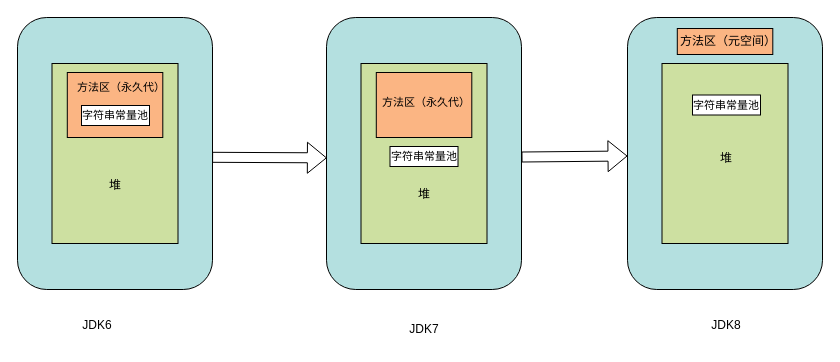
This is page "方法区的实现变化" (7 of 13) of adnir.drawio from LittleY98/Draw_Repository, a draw.io file, before an edit. Source tidied: cells renumbered, new cells numbered last; positions are measured from the earlier drawing's top-left corner, leaving out a move shared by most shapes. Both pictures are drawn from the tidied source at 100%, with x=0, y=0 at pixel (17, 17).
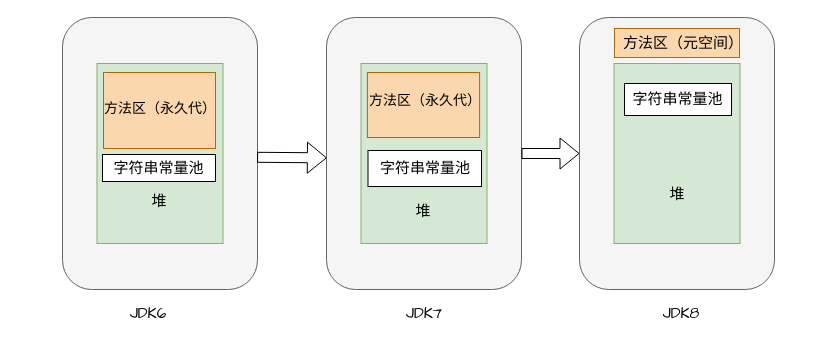
The same page after the edit.

Change to the diagram source:
```diff
@@
-    <mxCell id="2" style="rounded=1;whiteSpace=wrap;html=1;fillColor=#B4E0E0;" parent="1" vertex="1">
-      <mxGeometry width="195" height="272" as="geometry" />
+    <mxCell id="2" style="rounded=1;whiteSpace=wrap;html=1;fillColor=#f5f5f5;fontSize=15;fontColor=#333333;strokeColor=#666666;fontFamily=Comic Sans MS;" parent="1" vertex="1">
+      <mxGeometry x="45" width="195" height="272" as="geometry" />
     </mxCell>
-    <mxCell id="3" style="rounded=0;whiteSpace=wrap;html=1;fillColor=#CDE0A1;" parent="1" vertex="1">
-      <mxGeometry x="34.5" y="46" width="126" height="180" as="geometry" />
+    <mxCell id="3" style="rounded=0;whiteSpace=wrap;html=1;fillColor=#d5e8d4;fontSize=15;strokeColor=#82b366;fontFamily=Comic Sans MS;" parent="1" vertex="1">
+      <mxGeometry x="79.5" y="46" width="126" height="180" as="geometry" />
     </mxCell>
-    <mxCell id="4" style="rounded=0;whiteSpace=wrap;html=1;fillColor=#FBB583;" parent="1" vertex="1">
-      <mxGeometry x="49.8" y="55" width="95.5" height="65" as="geometry" />
+    <mxCell id="4" style="rounded=0;whiteSpace=wrap;html=1;fillColor=#fad7ac;fontSize=15;strokeColor=#b46504;fontFamily=Comic Sans MS;" parent="1" vertex="1">
+      <mxGeometry x="86" y="55" width="112" height="76" as="geometry" />
     </mxCell>
-    <mxCell id="5" value="堆" style="text;html=1;align=center;verticalAlign=middle;whiteSpace=wrap;rounded=0;" parent="1" vertex="1">
-      <mxGeometry x="67.5" y="153" width="60" height="30" as="geometry" />
+    <mxCell id="5" value="堆" style="text;html=1;align=center;verticalAlign=middle;whiteSpace=wrap;rounded=0;fontSize=15;fontFamily=Comic Sans MS;" parent="1" vertex="1">
+      <mxGeometry x="112" y="169" width="60" height="30" as="geometry" />
     </mxCell>
-    <mxCell id="6" value="&lt;font style=&quot;font-size: 11px;&quot;&gt;方法区（永久代）&lt;/font&gt;" style="text;html=1;align=center;verticalAlign=middle;whiteSpace=wrap;rounded=0;" parent="1" vertex="1">
-      <mxGeometry x="59" y="55" width="86" height="30" as="geometry" />
+    <mxCell id="6" value="&lt;font style=&quot;font-size: 14px;&quot;&gt;方法区（永久代）&lt;/font&gt;" style="text;html=1;align=center;verticalAlign=middle;whiteSpace=wrap;rounded=0;fontSize=14;fontFamily=Comic Sans MS;" parent="1" vertex="1">
+      <mxGeometry x="86" y="75" width="111" height="33" as="geometry" />
     </mxCell>
-    <mxCell id="7" value="&lt;font style=&quot;font-size: 11px;&quot;&gt;字符串常量池&lt;/font&gt;" style="rounded=0;whiteSpace=wrap;html=1;" parent="1" vertex="1">
-      <mxGeometry x="64" y="88" width="68" height="20" as="geometry" />
+    <mxCell id="7" value="&lt;font style=&quot;font-size: 15px;&quot;&gt;字符串常量池&lt;/font&gt;" style="rounded=0;whiteSpace=wrap;html=1;fontSize=15;fontFamily=Comic Sans MS;" parent="1" vertex="1">
+      <mxGeometry x="85" y="137" width="113" height="27" as="geometry" />
     </mxCell>
-    <mxCell id="8" style="rounded=1;whiteSpace=wrap;html=1;fillColor=#B4E0E0;" parent="1" vertex="1">
+    <mxCell id="8" style="rounded=1;whiteSpace=wrap;html=1;fillColor=#f5f5f5;fontSize=15;fontColor=#333333;strokeColor=#666666;fontFamily=Comic Sans MS;" parent="1" vertex="1">
       <mxGeometry x="309" width="195" height="272" as="geometry" />
     </mxCell>
-    <mxCell id="9" style="rounded=0;whiteSpace=wrap;html=1;fillColor=#CDE0A1;" parent="1" vertex="1">
+    <mxCell id="9" style="rounded=0;whiteSpace=wrap;html=1;fillColor=#d5e8d4;fontSize=15;strokeColor=#82b366;fontFamily=Comic Sans MS;" parent="1" vertex="1">
       <mxGeometry x="343.5" y="46" width="126" height="180" as="geometry" />
     </mxCell>
-    <mxCell id="10" style="rounded=0;whiteSpace=wrap;html=1;fillColor=#FBB583;" parent="1" vertex="1">
-      <mxGeometry x="358.8" y="55" width="95.5" height="65" as="geometry" />
+    <mxCell id="10" style="rounded=0;whiteSpace=wrap;html=1;fillColor=#fad7ac;fontSize=15;strokeColor=#b46504;fontFamily=Comic Sans MS;" parent="1" vertex="1">
+      <mxGeometry x="349.9" y="55" width="112.2" height="65" as="geometry" />
     </mxCell>
-    <mxCell id="11" value="堆" style="text;html=1;align=center;verticalAlign=middle;whiteSpace=wrap;rounded=0;" parent="1" vertex="1">
-      <mxGeometry x="376.5" y="162" width="60" height="30" as="geometry" />
+    <mxCell id="11" value="堆" style="text;html=1;align=center;verticalAlign=middle;whiteSpace=wrap;rounded=0;fontSize=15;fontFamily=Comic Sans MS;" parent="1" vertex="1">
+      <mxGeometry x="376" y="179" width="60" height="30" as="geometry" />
     </mxCell>
-    <mxCell id="12" value="&lt;font style=&quot;font-size: 11px;&quot;&gt;字符串常量池&lt;/font&gt;" style="rounded=0;whiteSpace=wrap;html=1;" parent="1" vertex="1">
-      <mxGeometry x="372.5" y="129" width="68" height="20" as="geometry" />
+    <mxCell id="12" value="&lt;font style=&quot;font-size: 15px;&quot;&gt;字符串常量池&lt;/font&gt;" style="rounded=0;whiteSpace=wrap;html=1;fontSize=15;fontFamily=Comic Sans MS;" parent="1" vertex="1">
+      <mxGeometry x="350.5" y="133" width="113.5" height="36" as="geometry" />
     </mxCell>
-    <mxCell id="13" style="rounded=1;whiteSpace=wrap;html=1;fillColor=#B4E0E0;" parent="1" vertex="1">
-      <mxGeometry x="610" width="195" height="272" as="geometry" />
+    <mxCell id="13" style="rounded=1;whiteSpace=wrap;html=1;fillColor=#f5f5f5;fontSize=15;fontColor=#333333;strokeColor=#666666;fontFamily=Comic Sans MS;" parent="1" vertex="1">
+      <mxGeometry x="562" width="195" height="272" as="geometry" />
     </mxCell>
-    <mxCell id="14" style="rounded=0;whiteSpace=wrap;html=1;fillColor=#CDE0A1;" parent="1" vertex="1">
-      <mxGeometry x="644.5" y="46" width="126" height="180" as="geometry" />
+    <mxCell id="14" style="rounded=0;whiteSpace=wrap;html=1;fillColor=#d5e8d4;fontSize=15;strokeColor=#82b366;fontFamily=Comic Sans MS;" parent="1" vertex="1">
+      <mxGeometry x="596.5" y="46" width="126" height="180" as="geometry" />
     </mxCell>
-    <mxCell id="15" style="rounded=0;whiteSpace=wrap;html=1;fillColor=#FBB583;" parent="1" vertex="1">
-      <mxGeometry x="659.8" y="11" width="95.5" height="26" as="geometry" />
+    <mxCell id="15" style="rounded=0;whiteSpace=wrap;html=1;fillColor=#fad7ac;fontSize=15;strokeColor=#b46504;fontFamily=Comic Sans MS;" parent="1" vertex="1">
+      <mxGeometry x="597" y="11" width="125" height="29" as="geometry" />
     </mxCell>
-    <mxCell id="16" value="堆" style="text;html=1;align=center;verticalAlign=middle;whiteSpace=wrap;rounded=0;" parent="1" vertex="1">
-      <mxGeometry x="679" y="126" width="60" height="30" as="geometry" />
+    <mxCell id="16" value="堆" style="text;html=1;align=center;verticalAlign=middle;whiteSpace=wrap;rounded=0;fontSize=15;fontFamily=Comic Sans MS;" parent="1" vertex="1">
+      <mxGeometry x="629.5" y="162" width="60" height="30" as="geometry" />
     </mxCell>
-    <mxCell id="17" value="方法区（元空间）" style="text;html=1;align=center;verticalAlign=middle;whiteSpace=wrap;rounded=0;" parent="1" vertex="1">
-      <mxGeometry x="662" y="9" width="94" height="30" as="geometry" />
+    <mxCell id="17" value="方法区（元空间）" style="text;html=1;align=center;verticalAlign=middle;whiteSpace=wrap;rounded=0;fontSize=15;fontFamily=Comic Sans MS;" parent="1" vertex="1">
+      <mxGeometry x="604.5" y="11" width="118" height="30" as="geometry" />
     </mxCell>
-    <mxCell id="18" value="&lt;font style=&quot;font-size: 11px;&quot;&gt;字符串常量池&lt;/font&gt;" style="rounded=0;whiteSpace=wrap;html=1;" parent="1" vertex="1">
-      <mxGeometry x="675" y="77.5" width="68" height="20" as="geometry" />
+    <mxCell id="18" value="&lt;font style=&quot;font-size: 15px;&quot;&gt;字符串常量池&lt;/font&gt;" style="rounded=0;whiteSpace=wrap;html=1;fontSize=15;fontFamily=Comic Sans MS;" parent="1" vertex="1">
+      <mxGeometry x="607" y="66" width="107" height="32" as="geometry" />
     </mxCell>
-    <mxCell id="19" value="&lt;font style=&quot;font-size: 11px;&quot;&gt;方法区（永久代）&lt;/font&gt;" style="text;html=1;align=center;verticalAlign=middle;whiteSpace=wrap;rounded=0;" parent="1" vertex="1">
-      <mxGeometry x="363.5" y="70" width="86" height="30" as="geometry" />
+    <mxCell id="19" value="&lt;font style=&quot;font-size: 14px;&quot;&gt;方法区（永久代）&lt;/font&gt;" style="text;html=1;align=center;verticalAlign=middle;whiteSpace=wrap;rounded=0;fontSize=15;fontFamily=Comic Sans MS;" parent="1" vertex="1">
+      <mxGeometry x="350.5" y="67.5" width="110.5" height="30" as="geometry" />
     </mxCell>
-    <mxCell id="20" style="shape=flexArrow;endArrow=classic;html=1;rounded=0;exitX=0.998;exitY=0.514;exitDx=0;exitDy=0;exitPerimeter=0;entryX=0.002;entryY=0.516;entryDx=0;entryDy=0;entryPerimeter=0;" parent="1" edge="1" source="2" target="8">
+    <mxCell id="20" style="shape=flexArrow;endArrow=classic;html=1;rounded=0;exitX=0.998;exitY=0.514;exitDx=0;exitDy=0;exitPerimeter=0;entryX=0.002;entryY=0.516;entryDx=0;entryDy=0;entryPerimeter=0;fontSize=15;fontFamily=Comic Sans MS;" parent="1" edge="1" source="2" target="8">
       <mxGeometry relative="1" as="geometry" />
     </mxCell>
-    <mxCell id="21" style="shape=flexArrow;endArrow=classic;html=1;rounded=0;" parent="1" edge="1">
-      <mxGeometry relative="1" as="geometry">
-        <mxPoint x="504" y="139.5" as="sourcePoint" />
-        <mxPoint x="610" y="138.5" as="targetPoint" />
-      </mxGeometry>
+    <mxCell id="21" style="shape=flexArrow;endArrow=classic;html=1;rounded=0;fontSize=15;fontFamily=Comic Sans MS;entryX=0;entryY=0.5;entryDx=0;entryDy=0;exitX=1;exitY=0.5;exitDx=0;exitDy=0;" parent="1" edge="1" source="8" target="13">
+      <mxGeometry relative="1" as="geometry" />
     </mxCell>
-    <mxCell id="22" value="JDK6" style="text;html=1;align=center;verticalAlign=middle;whiteSpace=wrap;rounded=0;" parent="1" vertex="1">
-      <mxGeometry x="50" y="293" width="60" height="30" as="geometry" />
+    <mxCell id="22" value="JDK6" style="text;html=1;align=center;verticalAlign=middle;whiteSpace=wrap;rounded=0;fontSize=15;fontFamily=Comic Sans MS;" parent="1" vertex="1">
+      <mxGeometry x="101" y="281" width="60" height="30" as="geometry" />
     </mxCell>
-    <mxCell id="23" value="JDK7" style="text;html=1;align=center;verticalAlign=middle;whiteSpace=wrap;rounded=0;" parent="1" vertex="1">
-      <mxGeometry x="376.5" y="297" width="60" height="30" as="geometry" />
+    <mxCell id="23" value="JDK7" style="text;html=1;align=center;verticalAlign=middle;whiteSpace=wrap;rounded=0;fontSize=15;fontFamily=Comic Sans MS;" parent="1" vertex="1">
+      <mxGeometry x="377.2" y="281" width="60" height="30" as="geometry" />
     </mxCell>
-    <mxCell id="24" value="JDK8" style="text;html=1;align=center;verticalAlign=middle;whiteSpace=wrap;rounded=0;" parent="1" vertex="1">
-      <mxGeometry x="679" y="293" width="60" height="30" as="geometry" />
+    <mxCell id="24" value="JDK8" style="text;html=1;align=center;verticalAlign=middle;whiteSpace=wrap;rounded=0;fontSize=15;fontFamily=Comic Sans MS;" parent="1" vertex="1">
+      <mxGeometry x="633.5" y="281" width="60" height="30" as="geometry" />
     </mxCell>
```
